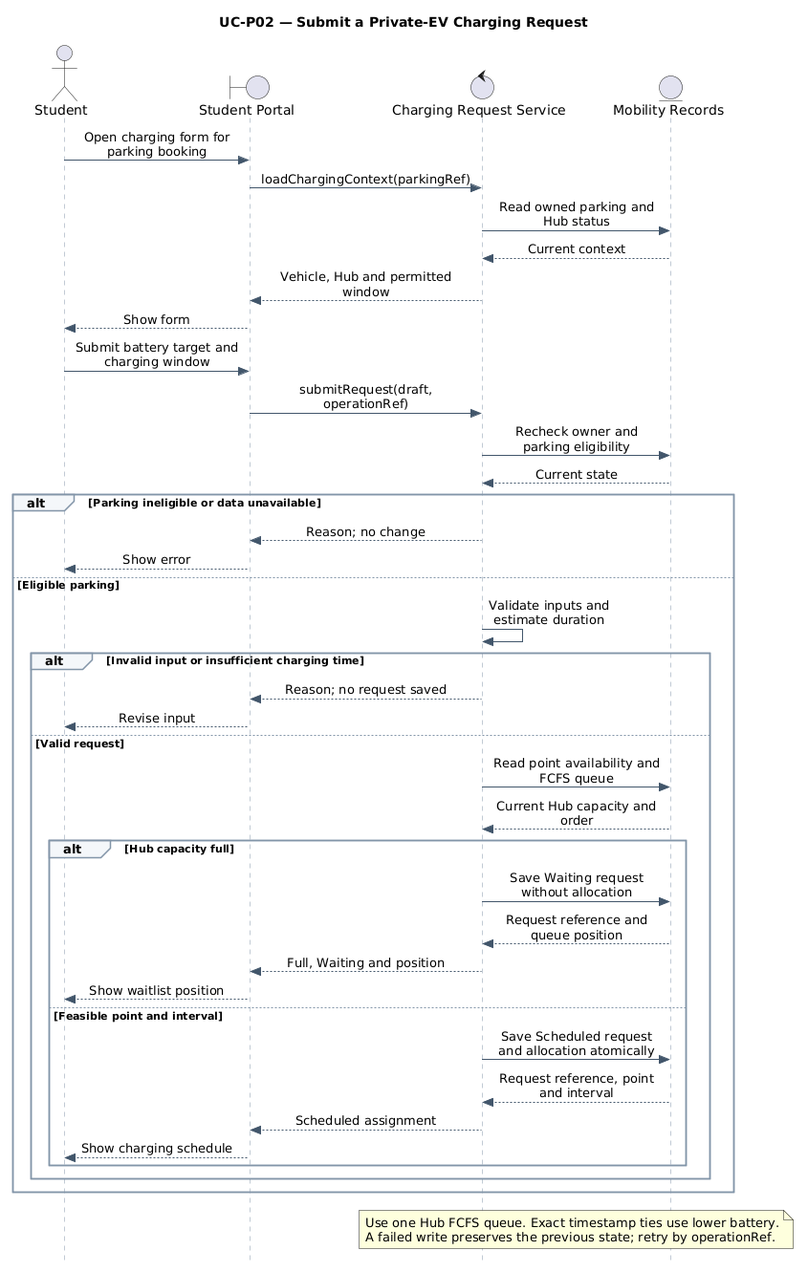
This is docs/submission-2/sequence-diagrams/parking-private-ev/SD_SubmitPrivateEVChargingRequest.png from thanhpham1108/smart-e-mobility-hub, a PlantUML export, as it was before one commit.
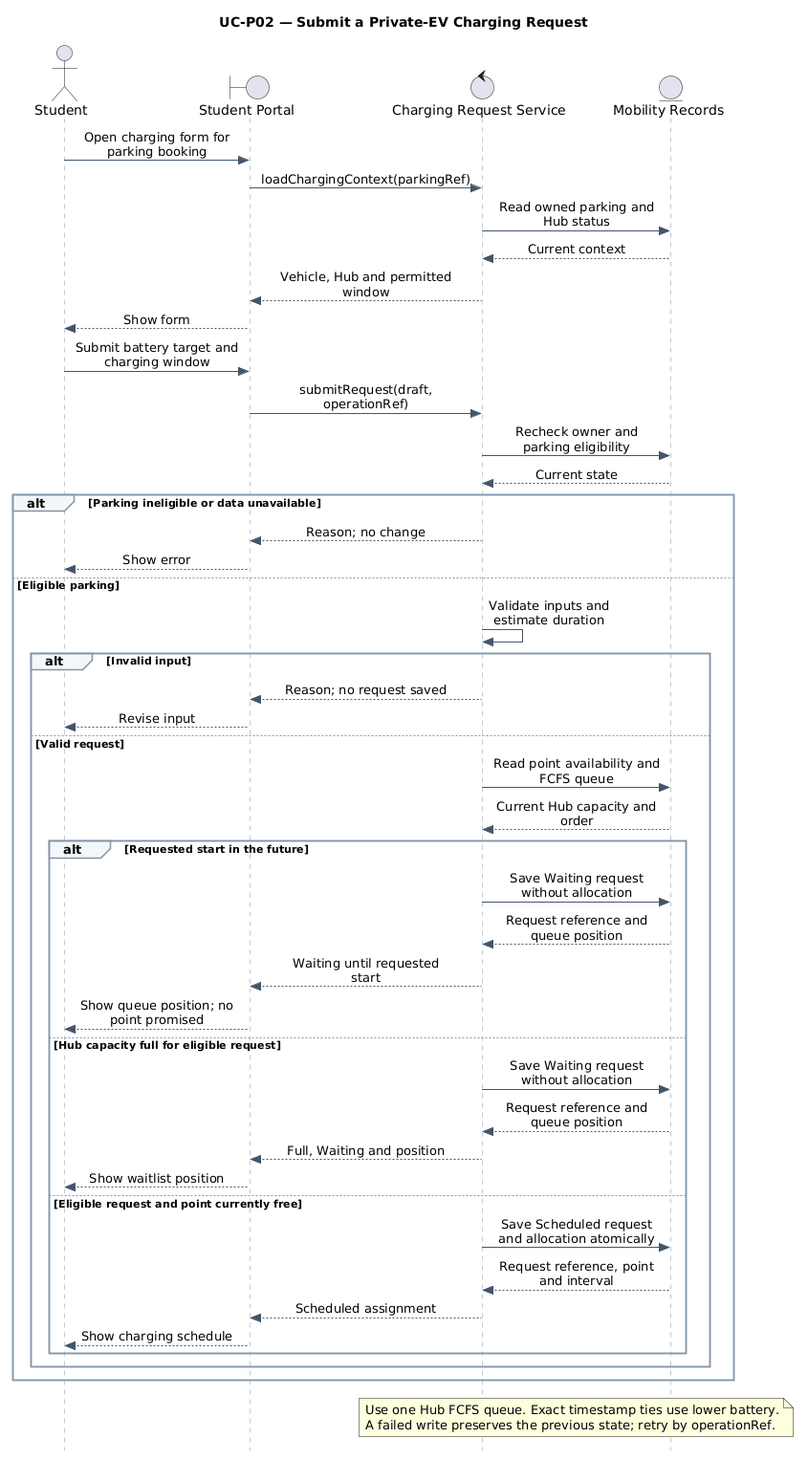
The same diagram one commit later.

What changed in the source:
```diff
@@ -1,4 +1,4 @@
-@startuml SD_SubmitPrivateEVChargingRequest
+@startuml
 skinparam style strictuml
 skinparam linetype ortho
 skinparam shadowing false
@@ -38,18 +38,23 @@
   UI --> ST : Show error
 else Eligible parking
   SVC -> SVC : Validate inputs and estimate duration
-  alt Invalid input or insufficient charging time
+  alt Invalid input
     SVC --> UI : Reason; no request saved
     UI --> ST : Revise input
   else Valid request
     SVC -> DATA : Read point availability and FCFS queue
     DATA --> SVC : Current Hub capacity and order
-    alt Hub capacity full
+    alt Requested start in the future
+      SVC -> DATA : Save Waiting request without allocation
+      DATA --> SVC : Request reference and queue position
+      SVC --> UI : Waiting until requested start
+      UI --> ST : Show queue position; no point promised
+    else Hub capacity full for eligible request
       SVC -> DATA : Save Waiting request without allocation
       DATA --> SVC : Request reference and queue position
       SVC --> UI : Full, Waiting and position
       UI --> ST : Show waitlist position
-    else Feasible point and interval
+    else Eligible request and point currently free
       SVC -> DATA : Save Scheduled request and allocation atomically
       DATA --> SVC : Request reference, point and interval
       SVC --> UI : Scheduled assignment
```
